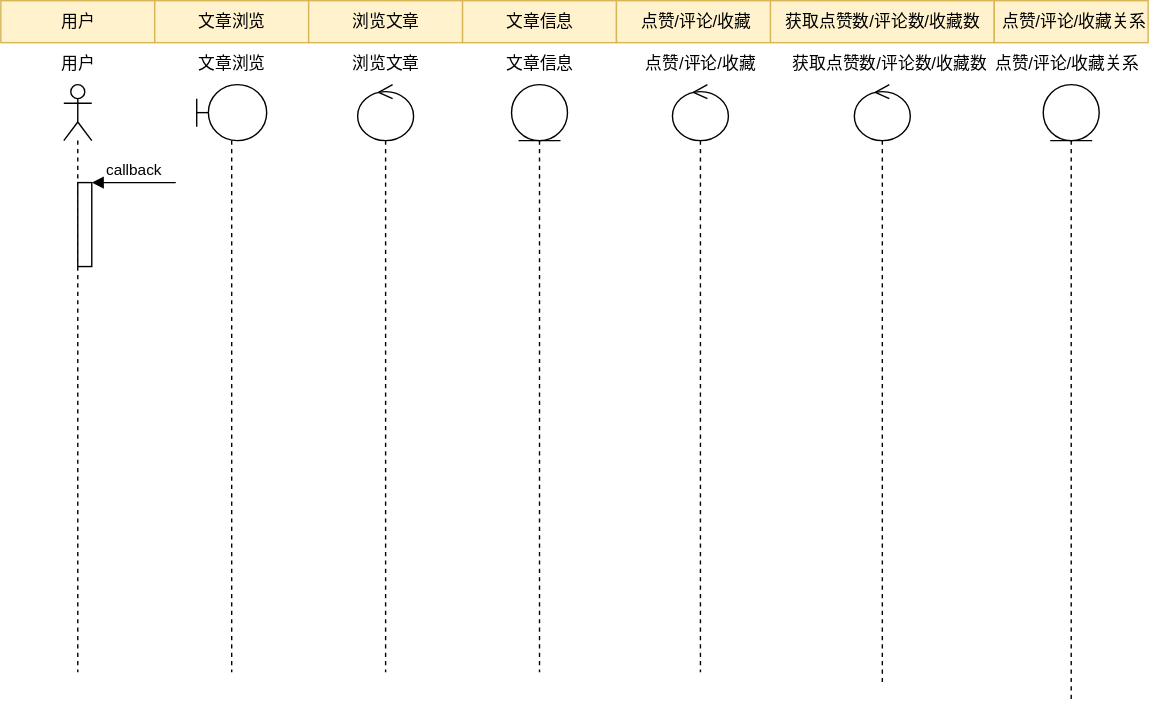
This is 文章浏览序列图.drawio.svg from WuShangMo/SquidGame1, a draw.io export, as it was before one commit. Source tidied: cells renumbered, new cells last; positions are measured from the earlier drawing's top-left corner, leaving out a move shared by most shapes.
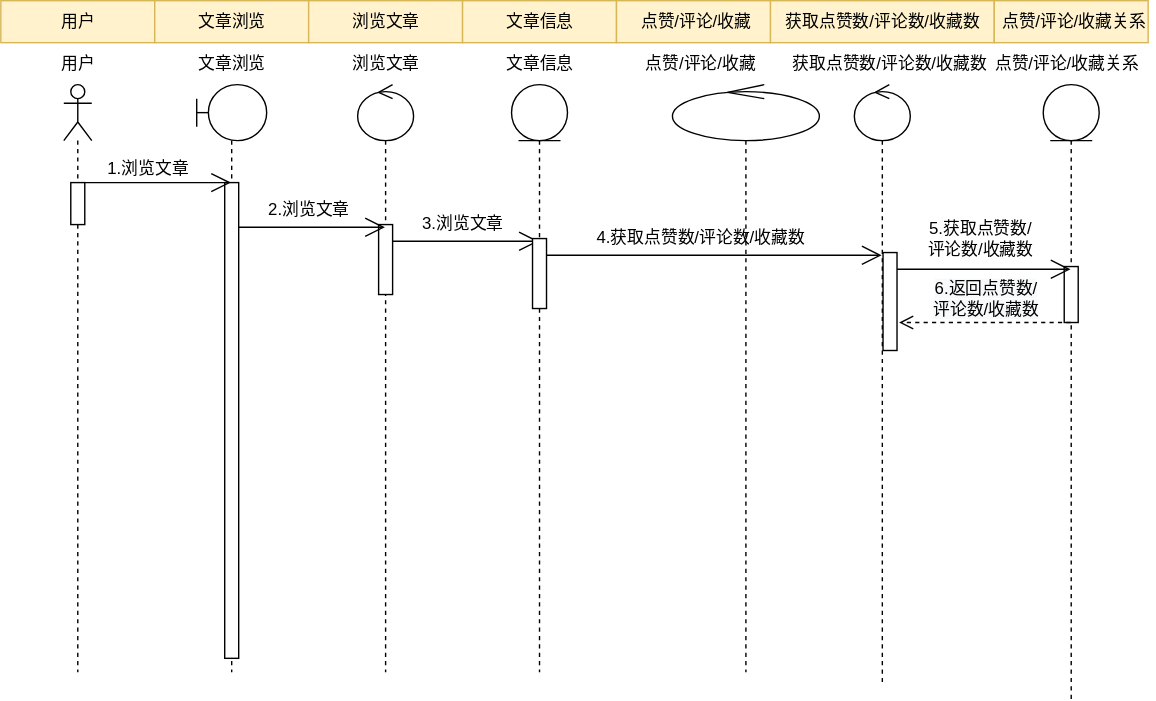
The same diagram one commit later.

Commit message:
更新文章浏览序列图.drawio.svg

The edit, as a diff of the source:
```diff
@@ -26,18 +26,30 @@
     <mxCell id="9" style="shape=umlLifeline;participant=umlBoundary;perimeter=lifelinePerimeter;whiteSpace=wrap;html=1;verticalAlign=top;spacingTop=36;outlineConnect=0;" parent="1" vertex="1">
       <mxGeometry x="140" y="60" width="50" height="420" as="geometry" />
     </mxCell>
+    <mxCell id="25" style="html=1;points=[];perimeter=orthogonalPerimeter;" parent="9" vertex="1">
+      <mxGeometry x="20" y="70" width="10" height="340" as="geometry" />
+    </mxCell>
     <mxCell id="10" style="shape=umlLifeline;participant=umlControl;perimeter=lifelinePerimeter;whiteSpace=wrap;html=1;verticalAlign=top;spacingTop=36;outlineConnect=0;" parent="1" vertex="1">
       <mxGeometry x="255" y="60" width="40" height="420" as="geometry" />
     </mxCell>
+    <mxCell id="26" style="html=1;perimeter=orthogonalPerimeter;" parent="10" vertex="1">
+      <mxGeometry x="15" y="100" width="10" height="50" as="geometry" />
+    </mxCell>
     <mxCell id="11" style="shape=umlLifeline;participant=umlEntity;perimeter=lifelinePerimeter;whiteSpace=wrap;html=1;verticalAlign=top;spacingTop=36;" parent="1" vertex="1">
       <mxGeometry x="365" y="60" width="40" height="420" as="geometry" />
     </mxCell>
     <mxCell id="12" style="shape=umlLifeline;participant=umlControl;perimeter=lifelinePerimeter;whiteSpace=wrap;html=1;verticalAlign=top;spacingTop=36;" parent="1" vertex="1">
-      <mxGeometry x="480" y="60" width="40" height="420" as="geometry" />
+      <mxGeometry x="480" y="60" width="105" height="420" as="geometry" />
     </mxCell>
+    <mxCell id="27" value="4.获取点赞数/评论数/收藏数" style="text;html=1;align=center;verticalAlign=middle;strokeColor=none;fillColor=none;" parent="12" vertex="1">
+      <mxGeometry x="-65" y="95" width="170" height="30" as="geometry" />
+    </mxCell>
     <mxCell id="13" style="shape=umlLifeline;participant=umlEntity;perimeter=lifelinePerimeter;whiteSpace=wrap;html=1;verticalAlign=top;spacingTop=36;outlineConnect=0;" parent="1" vertex="1">
       <mxGeometry x="745" y="60" width="40" height="440" as="geometry" />
     </mxCell>
+    <mxCell id="28" style="html=1;perimeter=orthogonalPerimeter;" parent="13" vertex="1">
+      <mxGeometry x="15" y="130" width="10" height="40" as="geometry" />
+    </mxCell>
     <mxCell id="14" style="shape=umlLifeline;participant=umlControl;perimeter=lifelinePerimeter;whiteSpace=wrap;html=1;verticalAlign=top;spacingTop=36;outlineConnect=0;" parent="1" vertex="1">
       <mxGeometry x="610" y="60" width="40" height="430" as="geometry" />
     </mxCell>
@@ -63,15 +75,57 @@
       <mxGeometry x="45" y="60" width="20" height="420" as="geometry" />
     </mxCell>
     <mxCell id="22" style="html=1;points=[];perimeter=orthogonalPerimeter;" parent="21" vertex="1">
-      <mxGeometry x="10" y="70" width="10" height="60" as="geometry" />
+      <mxGeometry x="5" y="70" width="10" height="30" as="geometry" />
     </mxCell>
-    <mxCell id="23" value="callback" style="html=1;verticalAlign=bottom;endArrow=block;entryX=1;entryY=0;rounded=0;" parent="21" edge="1" target="22">
-      <mxGeometry relative="1" as="geometry">
-        <mxPoint x="80" y="70" as="sourcePoint" />
-      </mxGeometry>
-    </mxCell>
     <mxCell id="24" value="用户" style="text;html=1;align=center;verticalAlign=middle;strokeColor=none;fillColor=none;" parent="1" vertex="1">
       <mxGeometry x="30" y="30" width="50" height="30" as="geometry" />
     </mxCell>
+    <mxCell id="29" style="endArrow=open;endFill=1;endSize=12;html=1;rounded=0;" parent="1" edge="1" target="9">
+      <mxGeometry relative="1" as="geometry">
+        <mxPoint x="60" y="130" as="sourcePoint" />
+      </mxGeometry>
+    </mxCell>
+    <mxCell id="30" value="1.浏览文章" style="text;html=1;align=center;verticalAlign=middle;strokeColor=none;fillColor=none;" parent="1" vertex="1">
+      <mxGeometry x="65" y="105" width="80" height="30" as="geometry" />
+    </mxCell>
+    <mxCell id="31" style="endArrow=open;endFill=1;endSize=12;html=1;rounded=0;exitX=1;exitY=0.094;exitDx=0;exitDy=0;exitPerimeter=0;" parent="1" edge="1" source="25" target="10">
+      <mxGeometry relative="1" as="geometry" />
+    </mxCell>
+    <mxCell id="32" value="2.浏览文章" style="text;html=1;align=center;verticalAlign=middle;strokeColor=none;fillColor=none;" parent="1" vertex="1">
+      <mxGeometry x="180" y="135" width="80" height="30" as="geometry" />
+    </mxCell>
+    <mxCell id="33" style="endArrow=open;endFill=1;endSize=12;html=1;rounded=0;exitX=1;exitY=0.094;exitDx=0;exitDy=0;exitPerimeter=0;" parent="1" edge="1">
+      <mxGeometry relative="1" as="geometry">
+        <mxPoint x="280" y="172" as="sourcePoint" />
+        <mxPoint x="384.5" y="172" as="targetPoint" />
+      </mxGeometry>
+    </mxCell>
+    <mxCell id="34" value="3.浏览文章" style="text;html=1;align=center;verticalAlign=middle;strokeColor=none;fillColor=none;" parent="1" vertex="1">
+      <mxGeometry x="290" y="145" width="80" height="30" as="geometry" />
+    </mxCell>
+    <mxCell id="35" style="html=1;perimeter=orthogonalPerimeter;" parent="1" vertex="1">
+      <mxGeometry x="380" y="170" width="10" height="50" as="geometry" />
+    </mxCell>
+    <mxCell id="36" style="endArrow=open;endFill=1;endSize=12;html=1;rounded=0;exitX=1;exitY=0.094;exitDx=0;exitDy=0;exitPerimeter=0;" parent="1" edge="1" target="14">
+      <mxGeometry relative="1" as="geometry">
+        <mxPoint x="390" y="182" as="sourcePoint" />
+      </mxGeometry>
+    </mxCell>
+    <mxCell id="37" style="html=1;perimeter=orthogonalPerimeter;" parent="1" vertex="1">
+      <mxGeometry x="630.5" y="180" width="10" height="70" as="geometry" />
+    </mxCell>
+    <mxCell id="38" style="endArrow=open;endFill=1;endSize=12;html=1;rounded=0;exitX=1;exitY=0.094;exitDx=0;exitDy=0;exitPerimeter=0;" parent="1" edge="1" target="13">
+      <mxGeometry relative="1" as="geometry">
+        <mxPoint x="640.5" y="192" as="sourcePoint" />
+      </mxGeometry>
+    </mxCell>
+    <mxCell id="39" value="5.获取点赞数/&lt;br&gt;评论数/收藏数" style="text;html=1;align=center;verticalAlign=middle;strokeColor=none;fillColor=none;" parent="1" vertex="1">
+      <mxGeometry x="650" y="150" width="100" height="40" as="geometry" />
+    </mxCell>
+    <mxCell id="40" value="&lt;span style=&quot;font-size: 12px; background-color: rgb(248, 249, 250);&quot;&gt;6.返回点赞数/&lt;/span&gt;&lt;br style=&quot;font-size: 12px; background-color: rgb(248, 249, 250);&quot;&gt;&lt;span style=&quot;font-size: 12px; background-color: rgb(248, 249, 250);&quot;&gt;评论数/收藏数&lt;/span&gt;" style="html=1;verticalAlign=bottom;endArrow=open;dashed=1;endSize=8;rounded=0;" parent="1" edge="1" source="13">
+      <mxGeometry relative="1" as="geometry">
+        <mxPoint x="642" y="230" as="targetPoint" />
+      </mxGeometry>
+    </mxCell>
   </root>
 </mxGraphModel>
```
